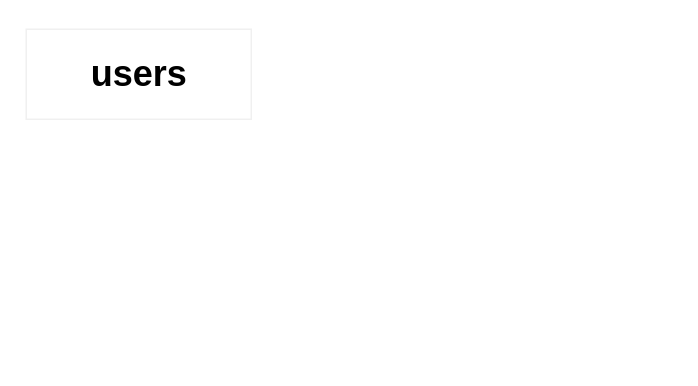
nagamori555/furima-36087 keeps this draw.io diagram as furima.dio. Above is the earlier version. Source tidied: cells renumbered, new cells numbered last; positions are measured from the earlier drawing's top-left corner, leaving out a move shared by most shapes. Both pictures are drawn from the tidied source at 150%, with x=0, y=0 at pixel (26, 28).
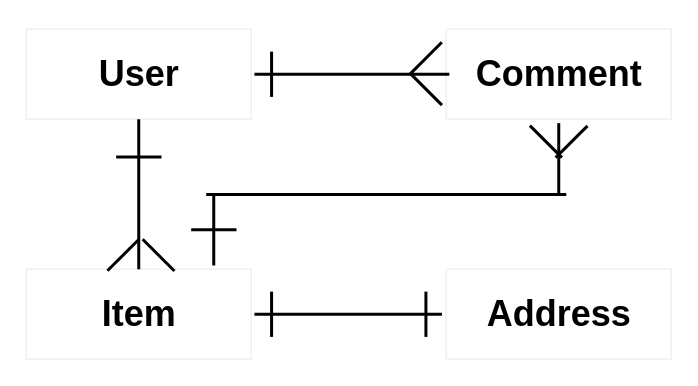
Above is the later version.

Diff of the diagram source:
```diff
@@
-    <mxCell id="2" value="users" style="text;fillColor=none;html=1;fontSize=24;fontStyle=1;verticalAlign=middle;align=center;strokeColor=#f0f0f0;" parent="1" vertex="1">
+    <mxCell id="2" value="User" style="text;fillColor=none;html=1;fontSize=24;fontStyle=1;verticalAlign=middle;align=center;strokeColor=#f0f0f0;" parent="1" vertex="1">
       <mxGeometry width="150" height="60" as="geometry" />
     </mxCell>
+    <mxCell id="3" value="Item" style="text;fillColor=none;html=1;fontSize=24;fontStyle=1;verticalAlign=middle;align=center;strokeColor=#f0f0f0;" parent="1" vertex="1">
+      <mxGeometry y="160" width="150" height="60" as="geometry" />
+    </mxCell>
+    <mxCell id="4" value="Comment" style="text;fillColor=none;html=1;fontSize=24;fontStyle=1;verticalAlign=middle;align=center;strokeColor=#f0f0f0;" parent="1" vertex="1">
+      <mxGeometry x="280" width="150" height="60" as="geometry" />
+    </mxCell>
+    <mxCell id="5" value="Address" style="text;fillColor=none;html=1;fontSize=24;fontStyle=1;verticalAlign=middle;align=center;strokeColor=#f0f0f0;" parent="1" vertex="1">
+      <mxGeometry x="280" y="160" width="150" height="60" as="geometry" />
+    </mxCell>
+    <mxCell id="6" style="line;strokeWidth=2;direction=south;html=1;" parent="1" vertex="1">
+      <mxGeometry x="70" y="60" width="10" height="100" as="geometry" />
+    </mxCell>
+    <mxCell id="7" style="line;strokeWidth=2;direction=south;html=1;rotation=45;" parent="1" vertex="1">
+      <mxGeometry x="51.1" y="135.6" width="27.1" height="29.8" as="geometry" />
+    </mxCell>
+    <mxCell id="8" style="line;strokeWidth=2;direction=south;html=1;rotation=-225;" parent="1" vertex="1">
+      <mxGeometry x="78.2" y="135.6" width="20" height="30" as="geometry" />
+    </mxCell>
+    <mxCell id="9" style="line;strokeWidth=2;direction=south;html=1;rotation=90;" parent="1" vertex="1">
+      <mxGeometry x="61.5" y="70" width="27.1" height="30.2" as="geometry" />
+    </mxCell>
+    <mxCell id="10" style="line;strokeWidth=2;direction=south;html=1;rotation=-90;" parent="1" vertex="1">
+      <mxGeometry x="212.1" y="-35" width="10" height="130" as="geometry" />
+    </mxCell>
+    <mxCell id="11" style="line;strokeWidth=2;direction=south;html=1;rotation=-225;" parent="1" vertex="1">
+      <mxGeometry x="252.9" y="24.8" width="27.1" height="30.2" as="geometry" />
+    </mxCell>
+    <mxCell id="12" style="line;strokeWidth=2;direction=south;html=1;rotation=-135;" parent="1" vertex="1">
+      <mxGeometry x="252.9" y="4.3" width="27.1" height="30" as="geometry" />
+    </mxCell>
+    <mxCell id="13" style="line;strokeWidth=2;direction=south;html=1;rotation=-180;" parent="1" vertex="1">
+      <mxGeometry x="150" y="14.9" width="27.1" height="30.2" as="geometry" />
+    </mxCell>
+    <mxCell id="14" style="line;strokeWidth=2;direction=south;html=1;rotation=90;" parent="1" vertex="1">
+      <mxGeometry x="209.6" y="127.5" width="10" height="125" as="geometry" />
+    </mxCell>
+    <mxCell id="15" style="line;strokeWidth=2;direction=south;html=1;rotation=-180;" parent="1" vertex="1">
+      <mxGeometry x="150" y="174.9" width="27.1" height="30.2" as="geometry" />
+    </mxCell>
+    <mxCell id="16" style="line;strokeWidth=2;direction=south;html=1;rotation=0;" parent="1" vertex="1">
+      <mxGeometry x="252.9" y="174.9" width="27.1" height="30.2" as="geometry" />
+    </mxCell>
+    <mxCell id="17" style="line;strokeWidth=2;html=1;" parent="1" vertex="1">
+      <mxGeometry x="120" y="105.1" width="240" height="10" as="geometry" />
+    </mxCell>
+    <mxCell id="18" style="line;strokeWidth=2;direction=south;html=1;" parent="1" vertex="1">
+      <mxGeometry x="350" y="62.6" width="10" height="47.5" as="geometry" />
+    </mxCell>
+    <mxCell id="19" style="line;strokeWidth=2;direction=south;html=1;" parent="1" vertex="1">
+      <mxGeometry x="120" y="110" width="10" height="47.5" as="geometry" />
+    </mxCell>
+    <mxCell id="20" style="line;strokeWidth=2;direction=south;html=1;rotation=-135;" parent="1" vertex="1">
+      <mxGeometry x="350" y="60" width="27.1" height="30" as="geometry" />
+    </mxCell>
+    <mxCell id="21" style="line;strokeWidth=2;direction=south;html=1;rotation=-225;" parent="1" vertex="1">
+      <mxGeometry x="332.9" y="59.8" width="27.1" height="30.2" as="geometry" />
+    </mxCell>
+    <mxCell id="22" style="line;strokeWidth=2;direction=south;html=1;rotation=90;" parent="1" vertex="1">
+      <mxGeometry x="111.5" y="118.6" width="27.1" height="30.2" as="geometry" />
+    </mxCell>
```
